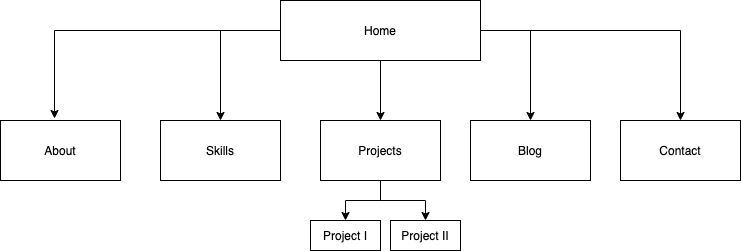
Above: docs/sitemap.png in lanceliumeng/LanceLiu_Portfolio (draw.io), before the change. Source tidied: cells renumbered, new cells last; positions are measured from the earlier drawing's top-left corner, leaving out a move shared by most shapes.
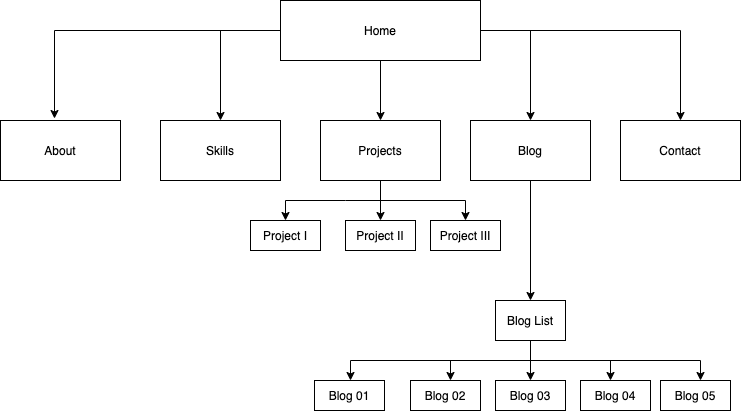
After the change.

Commit message:
adjust sitemap and css file

Change to the diagram source:
```diff
@@ -47,20 +47,30 @@
         <Array as="points">
           <mxPoint x="380" y="200" />
           <mxPoint x="345" y="200" />
+          <mxPoint x="285" y="200" />
         </Array>
       </mxGeometry>
     </mxCell>
-    <mxCell id="11" style="edgeStyle=none;rounded=0;jettySize=auto;html=1;" parent="1" edge="1" source="12" target="16">
+    <mxCell id="11" style="edgeStyle=none;rounded=0;jettySize=auto;html=1;entryX=0.5;entryY=0;entryDx=0;entryDy=0;" parent="1" edge="1" target="19">
       <mxGeometry relative="1" as="geometry">
+        <mxPoint x="380" y="200" as="sourcePoint" />
         <Array as="points">
           <mxPoint x="380" y="200" />
-          <mxPoint x="425" y="200" />
+          <mxPoint x="465" y="200" />
         </Array>
       </mxGeometry>
     </mxCell>
+    <mxCell id="17" style="edgeStyle=orthogonalEdgeStyle;rounded=0;jettySize=auto;html=1;exitX=0.5;exitY=1;exitDx=0;exitDy=0;entryX=0.5;entryY=0;entryDx=0;entryDy=0;" parent="1" edge="1" source="12" target="16">
+      <mxGeometry relative="1" as="geometry" />
+    </mxCell>
     <mxCell id="12" value="Projects" style="rounded=0;whiteSpace=wrap;html=1;" parent="1" vertex="1">
       <mxGeometry x="320" y="120" width="120" height="60" as="geometry" />
     </mxCell>
+    <mxCell id="18" style="edgeStyle=orthogonalEdgeStyle;rounded=0;jettySize=auto;html=1;exitX=0.5;exitY=1;exitDx=0;exitDy=0;" parent="1" edge="1" source="13">
+      <mxGeometry relative="1" as="geometry">
+        <mxPoint x="530" y="300" as="targetPoint" />
+      </mxGeometry>
+    </mxCell>
     <mxCell id="13" value="Blog" style="rounded=0;whiteSpace=wrap;html=1;" parent="1" vertex="1">
       <mxGeometry x="470" y="120" width="120" height="60" as="geometry" />
     </mxCell>
@@ -68,10 +78,60 @@
       <mxGeometry x="620" y="120" width="120" height="60" as="geometry" />
     </mxCell>
     <mxCell id="15" value="Project I" style="rounded=0;whiteSpace=wrap;html=1;" parent="1" vertex="1">
-      <mxGeometry x="310" y="220" width="70" height="30" as="geometry" />
+      <mxGeometry x="250" y="220" width="70" height="30" as="geometry" />
     </mxCell>
+    <mxCell id="19" value="Project III" style="rounded=0;whiteSpace=wrap;html=1;" parent="1" vertex="1">
+      <mxGeometry x="430" y="220" width="70" height="30" as="geometry" />
+    </mxCell>
     <mxCell id="16" value="Project II" style="rounded=0;whiteSpace=wrap;html=1;" parent="1" vertex="1">
-      <mxGeometry x="390" y="220" width="70" height="30" as="geometry" />
+      <mxGeometry x="345" y="220" width="70" height="30" as="geometry" />
     </mxCell>
+    <mxCell id="20" style="edgeStyle=orthogonalEdgeStyle;rounded=0;jettySize=auto;html=1;exitX=0.5;exitY=1;exitDx=0;exitDy=0;" parent="1" edge="1" source="25">
+      <mxGeometry relative="1" as="geometry">
+        <mxPoint x="350" y="380" as="targetPoint" />
+        <Array as="points">
+          <mxPoint x="530" y="360" />
+          <mxPoint x="350" y="360" />
+        </Array>
+      </mxGeometry>
+    </mxCell>
+    <mxCell id="21" style="edgeStyle=orthogonalEdgeStyle;rounded=0;jettySize=auto;html=1;exitX=0.5;exitY=1;exitDx=0;exitDy=0;" parent="1" edge="1" source="25">
+      <mxGeometry relative="1" as="geometry">
+        <mxPoint x="450" y="380" as="targetPoint" />
+      </mxGeometry>
+    </mxCell>
+    <mxCell id="22" style="edgeStyle=orthogonalEdgeStyle;rounded=0;jettySize=auto;html=1;exitX=0.5;exitY=1;exitDx=0;exitDy=0;" parent="1" edge="1" source="25">
+      <mxGeometry relative="1" as="geometry">
+        <mxPoint x="530" y="380" as="targetPoint" />
+      </mxGeometry>
+    </mxCell>
+    <mxCell id="23" style="edgeStyle=orthogonalEdgeStyle;rounded=0;jettySize=auto;html=1;exitX=0.5;exitY=1;exitDx=0;exitDy=0;" parent="1" edge="1" source="25">
+      <mxGeometry relative="1" as="geometry">
+        <mxPoint x="610" y="380" as="targetPoint" />
+      </mxGeometry>
+    </mxCell>
+    <mxCell id="24" style="edgeStyle=orthogonalEdgeStyle;rounded=0;jettySize=auto;html=1;exitX=0.5;exitY=1;exitDx=0;exitDy=0;" parent="1" edge="1" source="25">
+      <mxGeometry relative="1" as="geometry">
+        <mxPoint x="700" y="380" as="targetPoint" />
+      </mxGeometry>
+    </mxCell>
+    <mxCell id="25" value="Blog List" style="rounded=0;whiteSpace=wrap;html=1;" parent="1" vertex="1">
+      <mxGeometry x="495" y="300" width="70" height="40" as="geometry" />
+    </mxCell>
+    <mxCell id="26" value="Blog 01" style="rounded=0;whiteSpace=wrap;html=1;" parent="1" vertex="1">
+      <mxGeometry x="314" y="380" width="70" height="30" as="geometry" />
+    </mxCell>
+    <mxCell id="27" value="Blog 02" style="rounded=0;whiteSpace=wrap;html=1;" parent="1" vertex="1">
+      <mxGeometry x="410" y="380" width="70" height="30" as="geometry" />
+    </mxCell>
+    <mxCell id="28" value="Blog 03" style="rounded=0;whiteSpace=wrap;html=1;" parent="1" vertex="1">
+      <mxGeometry x="495" y="380" width="70" height="30" as="geometry" />
+    </mxCell>
+    <mxCell id="29" value="Blog 04" style="rounded=0;whiteSpace=wrap;html=1;" parent="1" vertex="1">
+      <mxGeometry x="580" y="380" width="70" height="30" as="geometry" />
+    </mxCell>
+    <mxCell id="30" value="Blog 05" style="rounded=0;whiteSpace=wrap;html=1;" parent="1" vertex="1">
+      <mxGeometry x="660" y="380" width="70" height="30" as="geometry" />
+    </mxCell>
   </root>
 </mxGraphModel>
```
